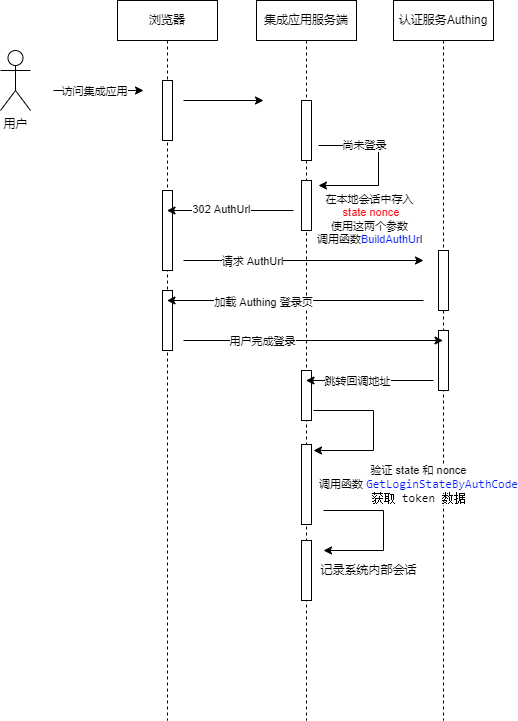
Earlier version of the draw.io export docs/login_flow.drawio.png (Authing/golang-sdk-auth-demo). Source tidied: cells renumbered, new cells last; positions are measured from the earlier drawing's top-left corner, leaving out a move shared by most shapes. Its diagram source:
```xml
<mxGraphModel>
  <root>
    <mxCell id="0" />
    <mxCell id="1" parent="0" />
    <mxCell id="2" value="认证服务Authing" style="shape=umlLifeline;perimeter=lifelinePerimeter;whiteSpace=wrap;html=1;outlineConnect=0;" parent="1" vertex="1">
      <mxGeometry x="393" width="100" height="720" as="geometry" />
    </mxCell>
    <mxCell id="3" style="html=1;perimeter=orthogonalPerimeter;" parent="2" vertex="1">
      <mxGeometry x="45" y="250" width="10" height="60" as="geometry" />
    </mxCell>
    <mxCell id="4" style="html=1;perimeter=orthogonalPerimeter;" parent="2" vertex="1">
      <mxGeometry x="45" y="330" width="10" height="60" as="geometry" />
    </mxCell>
    <mxCell id="5" value="集成应用服务端" style="shape=umlLifeline;perimeter=lifelinePerimeter;whiteSpace=wrap;html=1;outlineConnect=0;" parent="1" vertex="1">
      <mxGeometry x="256" width="100" height="720" as="geometry" />
    </mxCell>
    <mxCell id="6" style="html=1;perimeter=orthogonalPerimeter;" parent="5" vertex="1">
      <mxGeometry x="45" y="100" width="10" height="60" as="geometry" />
    </mxCell>
    <mxCell id="7" style="endArrow=classic;html=1;rounded=0;" parent="5" edge="1">
      <mxGeometry relative="1" as="geometry">
        <mxPoint x="62" y="145" as="sourcePoint" />
        <mxPoint x="62" y="185" as="targetPoint" />
        <Array as="points">
          <mxPoint x="122" y="145" />
          <mxPoint x="122" y="185" />
        </Array>
      </mxGeometry>
    </mxCell>
    <mxCell id="8" value="尚未登录" style="edgeLabel;html=1;align=center;verticalAlign=middle;" parent="7" vertex="1">
      <mxGeometry x="-0.44" y="-3" relative="1" as="geometry">
        <mxPoint y="-4" as="offset" />
      </mxGeometry>
    </mxCell>
    <mxCell id="9" value="在本地会话中存入&lt;br&gt;&amp;nbsp;&lt;font color=&quot;#ff050d&quot;&gt;state&lt;/font&gt; &lt;font color=&quot;#ff050d&quot;&gt;nonce&lt;/font&gt;&lt;br&gt;使用这两个参数&lt;br&gt;调用函数&lt;font color=&quot;#031cff&quot;&gt;BuildAuthUr&lt;/font&gt;l" style="edgeLabel;html=1;align=center;verticalAlign=middle;" parent="7" vertex="1">
      <mxGeometry x="0.38" y="1" relative="1" as="geometry">
        <mxPoint y="32" as="offset" />
      </mxGeometry>
    </mxCell>
    <mxCell id="10" style="html=1;perimeter=orthogonalPerimeter;" parent="5" vertex="1">
      <mxGeometry x="45" y="180" width="10" height="50" as="geometry" />
    </mxCell>
    <mxCell id="11" style="html=1;perimeter=orthogonalPerimeter;" parent="5" vertex="1">
      <mxGeometry x="45" y="370" width="10" height="50" as="geometry" />
    </mxCell>
    <mxCell id="12" style="endArrow=classic;html=1;rounded=0;fontColor=#031CFF;" parent="5" edge="1">
      <mxGeometry relative="1" as="geometry">
        <mxPoint x="57" y="410" as="sourcePoint" />
        <mxPoint x="57" y="450" as="targetPoint" />
        <Array as="points">
          <mxPoint x="117" y="410" />
          <mxPoint x="117" y="450" />
        </Array>
      </mxGeometry>
    </mxCell>
    <mxCell id="13" value="验证 state 和 nonce&lt;br&gt;调用函数&amp;nbsp;&lt;span style=&quot;font-family: Consolas, &amp;quot;Courier New&amp;quot;, monospace; background-color: rgb(255, 255, 255);&quot;&gt;&lt;font style=&quot;font-size: 12px;&quot;&gt;&lt;font color=&quot;#031cff&quot;&gt;GetLoginStateByAuthCode&lt;/font&gt;&lt;br&gt;获取 token 数据&lt;br&gt;&lt;/font&gt;&lt;/span&gt;" style="edgeLabel;html=1;align=center;verticalAlign=middle;fontColor=#000000;" parent="12" vertex="1">
      <mxGeometry x="0.79" y="1" relative="1" as="geometry">
        <mxPoint x="87" y="32" as="offset" />
      </mxGeometry>
    </mxCell>
    <mxCell id="14" style="html=1;perimeter=orthogonalPerimeter;labelBackgroundColor=#FFFFFF;fontSize=12;fontColor=#000000;" parent="5" vertex="1">
      <mxGeometry x="45" y="444" width="10" height="80" as="geometry" />
    </mxCell>
    <mxCell id="15" style="endArrow=classic;html=1;rounded=0;fontSize=12;fontColor=#000000;" parent="5" edge="1">
      <mxGeometry relative="1" as="geometry">
        <mxPoint x="67" y="510" as="sourcePoint" />
        <mxPoint x="67" y="550" as="targetPoint" />
        <Array as="points">
          <mxPoint x="127" y="510" />
          <mxPoint x="127" y="550" />
        </Array>
      </mxGeometry>
    </mxCell>
    <mxCell id="16" value="记录系统内部会话" style="edgeLabel;html=1;align=center;verticalAlign=middle;fontSize=12;fontColor=#000000;" parent="15" vertex="1">
      <mxGeometry x="0.45" y="-1" relative="1" as="geometry">
        <mxPoint y="20" as="offset" />
      </mxGeometry>
    </mxCell>
    <mxCell id="17" style="html=1;perimeter=orthogonalPerimeter;labelBackgroundColor=#FFFFFF;fontSize=12;fontColor=#000000;" parent="5" vertex="1">
      <mxGeometry x="45" y="540" width="10" height="60" as="geometry" />
    </mxCell>
    <mxCell id="18" value="浏览器" style="shape=umlLifeline;perimeter=lifelinePerimeter;whiteSpace=wrap;html=1;outlineConnect=0;" parent="1" vertex="1">
      <mxGeometry x="117" width="100" height="720" as="geometry" />
    </mxCell>
    <mxCell id="19" style="html=1;perimeter=orthogonalPerimeter;" parent="18" vertex="1">
      <mxGeometry x="45" y="80" width="10" height="60" as="geometry" />
    </mxCell>
    <mxCell id="20" style="endArrow=classic;html=1;rounded=0;" parent="18" edge="1">
      <mxGeometry relative="1" as="geometry">
        <mxPoint x="66" y="100" as="sourcePoint" />
        <mxPoint x="146" y="100" as="targetPoint" />
      </mxGeometry>
    </mxCell>
    <mxCell id="21" style="html=1;perimeter=orthogonalPerimeter;" parent="18" vertex="1">
      <mxGeometry x="45" y="190" width="10" height="80" as="geometry" />
    </mxCell>
    <mxCell id="22" style="endArrow=classic;html=1;rounded=0;" parent="18" edge="1">
      <mxGeometry relative="1" as="geometry">
        <mxPoint x="66" y="260" as="sourcePoint" />
        <mxPoint x="306" y="260" as="targetPoint" />
      </mxGeometry>
    </mxCell>
    <mxCell id="23" value="请求 AuthUrl" style="edgeLabel;html=1;align=center;verticalAlign=middle;" parent="22" vertex="1">
      <mxGeometry x="-0.43" relative="1" as="geometry" />
    </mxCell>
    <mxCell id="24" style="html=1;perimeter=orthogonalPerimeter;" parent="18" vertex="1">
      <mxGeometry x="45" y="290" width="10" height="60" as="geometry" />
    </mxCell>
    <mxCell id="25" style="endArrow=classic;html=1;rounded=0;" parent="18" edge="1" target="2">
      <mxGeometry relative="1" as="geometry">
        <mxPoint x="66" y="340" as="sourcePoint" />
      </mxGeometry>
    </mxCell>
    <mxCell id="26" value="用户完成登录" style="edgeLabel;html=1;align=center;verticalAlign=middle;" parent="25" vertex="1">
      <mxGeometry x="-0.4" relative="1" as="geometry" />
    </mxCell>
    <mxCell id="27" value="用户" style="shape=umlActor;verticalLabelPosition=bottom;verticalAlign=top;html=1;" parent="1" vertex="1">
      <mxGeometry y="50" width="30" height="60" as="geometry" />
    </mxCell>
    <mxCell id="28" style="endArrow=classic;html=1;rounded=0;" parent="1" edge="1">
      <mxGeometry relative="1" as="geometry">
        <mxPoint x="53" y="90" as="sourcePoint" />
        <mxPoint x="143" y="90" as="targetPoint" />
      </mxGeometry>
    </mxCell>
    <mxCell id="29" value="访问集成应用" style="edgeLabel;html=1;align=center;verticalAlign=middle;" parent="28" vertex="1">
      <mxGeometry x="-0.46" y="-1" relative="1" as="geometry">
        <mxPoint x="16" y="-1" as="offset" />
      </mxGeometry>
    </mxCell>
    <mxCell id="30" style="endArrow=classic;html=1;rounded=0;" parent="1" edge="1" target="18">
      <mxGeometry relative="1" as="geometry">
        <mxPoint x="293" y="210" as="sourcePoint" />
      </mxGeometry>
    </mxCell>
    <mxCell id="31" value="302 AuthUrl" style="edgeLabel;html=1;align=center;verticalAlign=middle;" parent="30" vertex="1">
      <mxGeometry x="0.31" y="-2" relative="1" as="geometry">
        <mxPoint x="10" as="offset" />
      </mxGeometry>
    </mxCell>
    <mxCell id="32" style="endArrow=classic;html=1;rounded=0;" parent="1" edge="1" target="18">
      <mxGeometry relative="1" as="geometry">
        <mxPoint x="423" y="300" as="sourcePoint" />
      </mxGeometry>
    </mxCell>
    <mxCell id="33" value="加载 Authing 登录页" style="edgeLabel;html=1;align=center;verticalAlign=middle;" parent="32" vertex="1">
      <mxGeometry x="0.26" y="1" relative="1" as="geometry" />
    </mxCell>
    <mxCell id="34" style="endArrow=classic;html=1;rounded=0;" parent="1" edge="1" target="5">
      <mxGeometry relative="1" as="geometry">
        <mxPoint x="433" y="380" as="sourcePoint" />
      </mxGeometry>
    </mxCell>
    <mxCell id="35" value="跳转回调地址" style="edgeLabel;html=1;align=center;verticalAlign=middle;" parent="34" vertex="1">
      <mxGeometry x="0.21" relative="1" as="geometry" />
    </mxCell>
  </root>
</mxGraphModel>
```
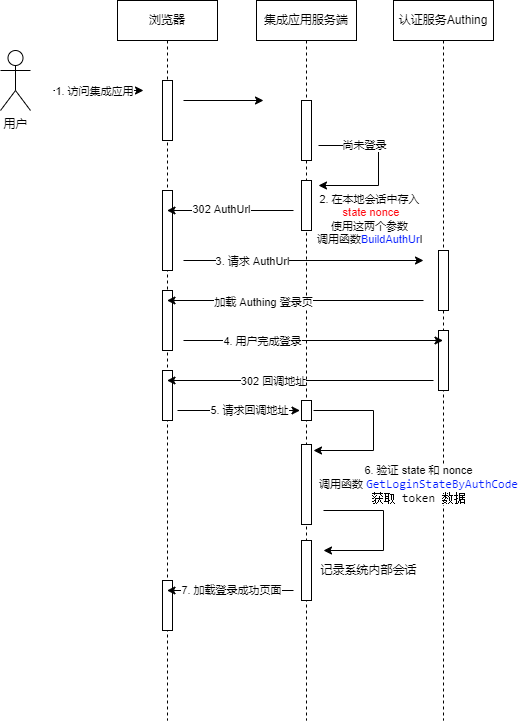
After the commit.

The edit, as a diff of the source:
```diff
@@ -32,7 +32,7 @@
         <mxPoint y="-4" as="offset" />
       </mxGeometry>
     </mxCell>
-    <mxCell id="9" value="在本地会话中存入&lt;br&gt;&amp;nbsp;&lt;font color=&quot;#ff050d&quot;&gt;state&lt;/font&gt; &lt;font color=&quot;#ff050d&quot;&gt;nonce&lt;/font&gt;&lt;br&gt;使用这两个参数&lt;br&gt;调用函数&lt;font color=&quot;#031cff&quot;&gt;BuildAuthUr&lt;/font&gt;l" style="edgeLabel;html=1;align=center;verticalAlign=middle;" parent="7" vertex="1">
+    <mxCell id="9" value="2. 在本地会话中存入&lt;br&gt;&amp;nbsp;&lt;font color=&quot;#ff050d&quot;&gt;state&lt;/font&gt; &lt;font color=&quot;#ff050d&quot;&gt;nonce&lt;/font&gt;&lt;br&gt;使用这两个参数&lt;br&gt;调用函数&lt;font color=&quot;#031cff&quot;&gt;BuildAuthUr&lt;/font&gt;l" style="edgeLabel;html=1;align=center;verticalAlign=middle;" parent="7" vertex="1">
       <mxGeometry x="0.38" y="1" relative="1" as="geometry">
         <mxPoint y="32" as="offset" />
       </mxGeometry>
@@ -41,7 +41,7 @@
       <mxGeometry x="45" y="180" width="10" height="50" as="geometry" />
     </mxCell>
     <mxCell id="11" style="html=1;perimeter=orthogonalPerimeter;" parent="5" vertex="1">
-      <mxGeometry x="45" y="370" width="10" height="50" as="geometry" />
+      <mxGeometry x="45" y="400" width="10" height="20" as="geometry" />
     </mxCell>
     <mxCell id="12" style="endArrow=classic;html=1;rounded=0;fontColor=#031CFF;" parent="5" edge="1">
       <mxGeometry relative="1" as="geometry">
@@ -53,7 +53,7 @@
         </Array>
       </mxGeometry>
     </mxCell>
-    <mxCell id="13" value="验证 state 和 nonce&lt;br&gt;调用函数&amp;nbsp;&lt;span style=&quot;font-family: Consolas, &amp;quot;Courier New&amp;quot;, monospace; background-color: rgb(255, 255, 255);&quot;&gt;&lt;font style=&quot;font-size: 12px;&quot;&gt;&lt;font color=&quot;#031cff&quot;&gt;GetLoginStateByAuthCode&lt;/font&gt;&lt;br&gt;获取 token 数据&lt;br&gt;&lt;/font&gt;&lt;/span&gt;" style="edgeLabel;html=1;align=center;verticalAlign=middle;fontColor=#000000;" parent="12" vertex="1">
+    <mxCell id="13" value="6. 验证 state 和 nonce&lt;br&gt;调用函数&amp;nbsp;&lt;span style=&quot;font-family: Consolas, &amp;quot;Courier New&amp;quot;, monospace; background-color: rgb(255, 255, 255);&quot;&gt;&lt;font style=&quot;font-size: 12px;&quot;&gt;&lt;font color=&quot;#031cff&quot;&gt;GetLoginStateByAuthCode&lt;/font&gt;&lt;br&gt;获取 token 数据&lt;br&gt;&lt;/font&gt;&lt;/span&gt;" style="edgeLabel;html=1;align=center;verticalAlign=middle;fontColor=#000000;" parent="12" vertex="1">
       <mxGeometry x="0.79" y="1" relative="1" as="geometry">
         <mxPoint x="87" y="32" as="offset" />
       </mxGeometry>
@@ -100,7 +100,7 @@
         <mxPoint x="306" y="260" as="targetPoint" />
       </mxGeometry>
     </mxCell>
-    <mxCell id="23" value="请求 AuthUrl" style="edgeLabel;html=1;align=center;verticalAlign=middle;" parent="22" vertex="1">
+    <mxCell id="23" value="3. 请求 AuthUrl" style="edgeLabel;html=1;align=center;verticalAlign=middle;" parent="22" vertex="1">
       <mxGeometry x="-0.43" relative="1" as="geometry" />
     </mxCell>
     <mxCell id="24" style="html=1;perimeter=orthogonalPerimeter;" parent="18" vertex="1">
@@ -111,9 +111,24 @@
         <mxPoint x="66" y="340" as="sourcePoint" />
       </mxGeometry>
     </mxCell>
-    <mxCell id="26" value="用户完成登录" style="edgeLabel;html=1;align=center;verticalAlign=middle;" parent="25" vertex="1">
+    <mxCell id="26" value="4. 用户完成登录" style="edgeLabel;html=1;align=center;verticalAlign=middle;" parent="25" vertex="1">
       <mxGeometry x="-0.4" relative="1" as="geometry" />
     </mxCell>
+    <mxCell id="36" style="html=1;perimeter=orthogonalPerimeter;" parent="18" vertex="1">
+      <mxGeometry x="45" y="580" width="10" height="50" as="geometry" />
+    </mxCell>
+    <mxCell id="37" style="html=1;perimeter=orthogonalPerimeter;" parent="18" vertex="1">
+      <mxGeometry x="45" y="370" width="10" height="50" as="geometry" />
+    </mxCell>
+    <mxCell id="38" style="endArrow=classic;html=1;rounded=0;" parent="18" edge="1">
+      <mxGeometry relative="1" as="geometry">
+        <mxPoint x="60" y="410" as="sourcePoint" />
+        <mxPoint x="182.5" y="410" as="targetPoint" />
+      </mxGeometry>
+    </mxCell>
+    <mxCell id="39" value="5. 请求回调地址" style="edgeLabel;html=1;align=center;verticalAlign=middle;" parent="38" vertex="1">
+      <mxGeometry x="0.16" y="1" relative="1" as="geometry" />
+    </mxCell>
     <mxCell id="27" value="用户" style="shape=umlActor;verticalLabelPosition=bottom;verticalAlign=top;html=1;" parent="1" vertex="1">
       <mxGeometry y="50" width="30" height="60" as="geometry" />
     </mxCell>
@@ -123,7 +138,7 @@
         <mxPoint x="143" y="90" as="targetPoint" />
       </mxGeometry>
     </mxCell>
-    <mxCell id="29" value="访问集成应用" style="edgeLabel;html=1;align=center;verticalAlign=middle;" parent="28" vertex="1">
+    <mxCell id="29" value="1. 访问集成应用" style="edgeLabel;html=1;align=center;verticalAlign=middle;" parent="28" vertex="1">
       <mxGeometry x="-0.46" y="-1" relative="1" as="geometry">
         <mxPoint x="16" y="-1" as="offset" />
       </mxGeometry>
@@ -146,13 +161,23 @@
     <mxCell id="33" value="加载 Authing 登录页" style="edgeLabel;html=1;align=center;verticalAlign=middle;" parent="32" vertex="1">
       <mxGeometry x="0.26" y="1" relative="1" as="geometry" />
     </mxCell>
-    <mxCell id="34" style="endArrow=classic;html=1;rounded=0;" parent="1" edge="1" target="5">
+    <mxCell id="34" style="endArrow=classic;html=1;rounded=0;" parent="1" edge="1" target="18">
       <mxGeometry relative="1" as="geometry">
         <mxPoint x="433" y="380" as="sourcePoint" />
       </mxGeometry>
     </mxCell>
-    <mxCell id="35" value="跳转回调地址" style="edgeLabel;html=1;align=center;verticalAlign=middle;" parent="34" vertex="1">
+    <mxCell id="35" value="302 回调地址" style="edgeLabel;html=1;align=center;verticalAlign=middle;" parent="34" vertex="1">
       <mxGeometry x="0.21" relative="1" as="geometry" />
     </mxCell>
+    <mxCell id="40" style="endArrow=classic;html=1;rounded=0;" parent="1" edge="1" target="18">
+      <mxGeometry relative="1" as="geometry">
+        <mxPoint x="293" y="590" as="sourcePoint" />
+      </mxGeometry>
+    </mxCell>
+    <mxCell id="41" value="7. 加载登录成功页面" style="edgeLabel;html=1;align=center;verticalAlign=middle;" parent="40" vertex="1">
+      <mxGeometry x="0.2" y="-1" relative="1" as="geometry">
+        <mxPoint x="13" as="offset" />
+      </mxGeometry>
+    </mxCell>
   </root>
 </mxGraphModel>
```
